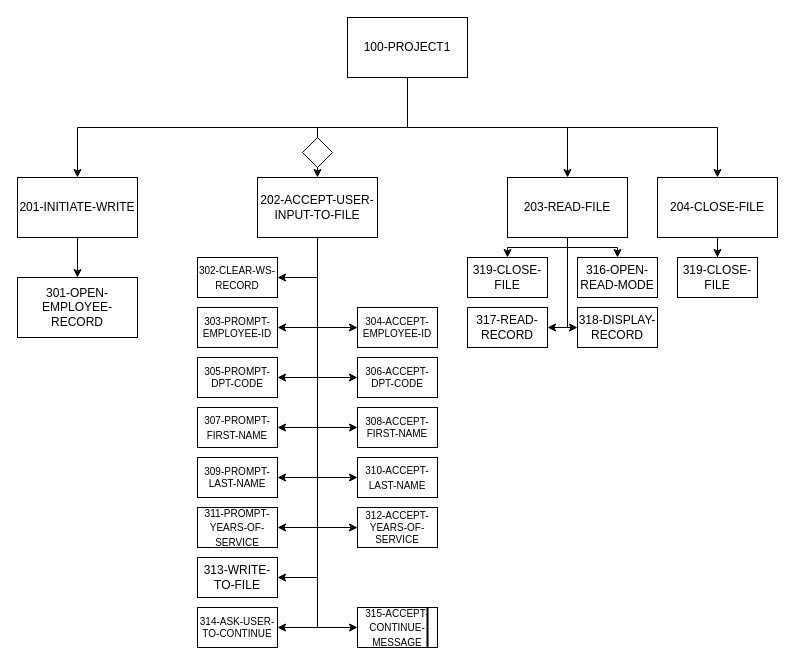
The draw.io diagram Project_1_Function_Heirarchy.drawio in LavaLamp4708/CST8283_Project_1, before the edit. Source tidied: cells renumbered, new cells numbered last; positions are measured from the earlier drawing's top-left corner, leaving out a move shared by most shapes. Both pictures are drawn from the tidied source at 100%, with x=0, y=0 at pixel (17, 17).
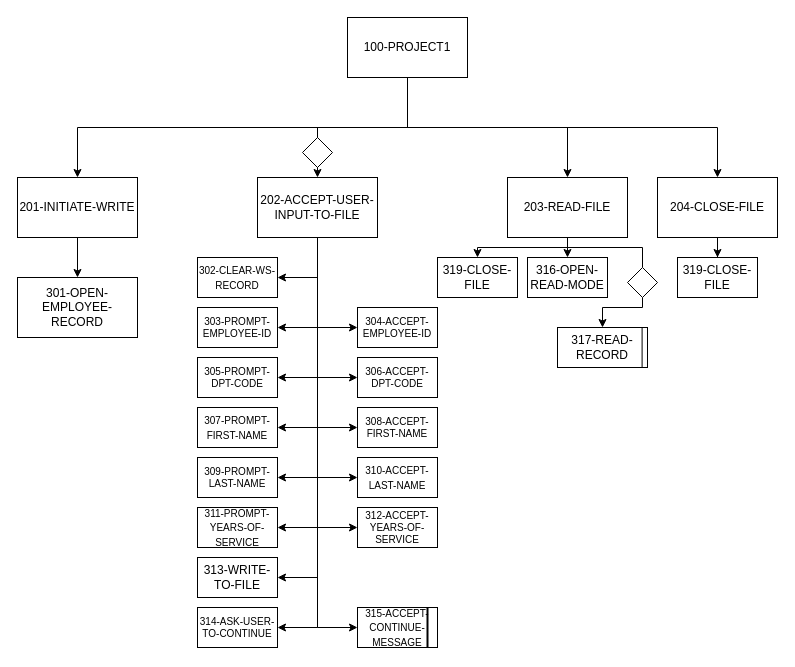
After the change.

Unchanged cells that the change refers to:
```xml
<mxCell id="28" value="203-READ-FILE" style="whiteSpace=wrap;html=1;" parent="1" vertex="1">
  <mxGeometry x="490" y="160" width="120" height="60" as="geometry" />
</mxCell>
```

The edit, as a diff of the source:
```diff
@@
     <mxCell id="24" style="edgeStyle=orthogonalEdgeStyle;rounded=0;jettySize=auto;html=1;entryX=0.5;entryY=0;entryDx=0;entryDy=0;" parent="1" edge="1" source="28" target="47">
       <mxGeometry relative="1" as="geometry">
         <Array as="points">
           <mxPoint x="550" y="230" />
-          <mxPoint x="490" y="230" />
+          <mxPoint x="460" y="230" />
         </Array>
       </mxGeometry>
     </mxCell>
     <mxCell id="25" style="edgeStyle=orthogonalEdgeStyle;rounded=0;jettySize=auto;html=1;entryX=0.5;entryY=0;entryDx=0;entryDy=0;" parent="1" edge="1" source="28" target="49">
       <mxGeometry relative="1" as="geometry">
         <Array as="points">
           <mxPoint x="550" y="230" />
-          <mxPoint x="600" y="230" />
+          <mxPoint x="550" y="230" />
         </Array>
       </mxGeometry>
     </mxCell>
-    <mxCell id="26" style="edgeStyle=orthogonalEdgeStyle;rounded=0;jettySize=auto;html=1;entryX=1;entryY=0.5;entryDx=0;entryDy=0;" parent="1" edge="1" source="28" target="50">
+    <mxCell id="26" style="edgeStyle=orthogonalEdgeStyle;rounded=0;jettySize=auto;html=1;entryX=0.5;entryY=0;entryDx=0;entryDy=0;startArrow=none;" parent="1" edge="1" source="55" target="50">
       <mxGeometry relative="1" as="geometry">
         <Array as="points">
-          <mxPoint x="550" y="310" />
+          <mxPoint x="625" y="290" />
+          <mxPoint x="585" y="290" />
         </Array>
       </mxGeometry>
     </mxCell>
-    <mxCell id="27" style="edgeStyle=orthogonalEdgeStyle;rounded=0;jettySize=auto;html=1;entryX=0;entryY=0.5;entryDx=0;entryDy=0;" parent="1" edge="1" source="28" target="53">
-      <mxGeometry relative="1" as="geometry">
-        <Array as="points">
-          <mxPoint x="550" y="310" />
-        </Array>
-      </mxGeometry>
-    </mxCell>
@@
     <mxCell id="47" value="319-CLOSE-FILE" style="whiteSpace=wrap;html=1;" parent="1" vertex="1">
-      <mxGeometry x="450" y="240" width="80" height="40" as="geometry" />
+      <mxGeometry x="420" y="240" width="80" height="40" as="geometry" />
     </mxCell>
@@
     <mxCell id="49" value="316-OPEN-READ-MODE" style="whiteSpace=wrap;html=1;" parent="1" vertex="1">
-      <mxGeometry x="560" y="240" width="80" height="40" as="geometry" />
+      <mxGeometry x="510" y="240" width="80" height="40" as="geometry" />
     </mxCell>
     <mxCell id="50" value="317-READ-RECORD" style="whiteSpace=wrap;html=1;" parent="1" vertex="1">
-      <mxGeometry x="450" y="290" width="80" height="40" as="geometry" />
+      <mxGeometry x="540" y="310" width="90" height="40" as="geometry" />
     </mxCell>
@@
-    <mxCell id="53" value="318-DISPLAY-RECORD" style="whiteSpace=wrap;html=1;" parent="1" vertex="1">
-      <mxGeometry x="560" y="290" width="80" height="40" as="geometry" />
-    </mxCell>
+    <mxCell id="54" style="edgeStyle=orthogonalEdgeStyle;rounded=0;jettySize=auto;html=1;entryX=0.5;entryY=0;entryDx=0;entryDy=0;endArrow=none;" parent="1" edge="1" source="28" target="55">
+      <mxGeometry relative="1" as="geometry">
+        <Array as="points">
+          <mxPoint x="550" y="230" />
+          <mxPoint x="625" y="230" />
+        </Array>
+      </mxGeometry>
+    </mxCell>
+    <mxCell id="55" style="rhombus;whiteSpace=wrap;html=1;" parent="1" vertex="1">
+      <mxGeometry x="610" y="250" width="30" height="30" as="geometry" />
+    </mxCell>
+    <mxCell id="56" style="endArrow=none;html=1;" parent="1" edge="1">
+      <mxGeometry relative="1" as="geometry">
+        <mxPoint x="624.6" y="350" as="sourcePoint" />
+        <mxPoint x="624.6" y="310" as="targetPoint" />
+      </mxGeometry>
+    </mxCell>
```
